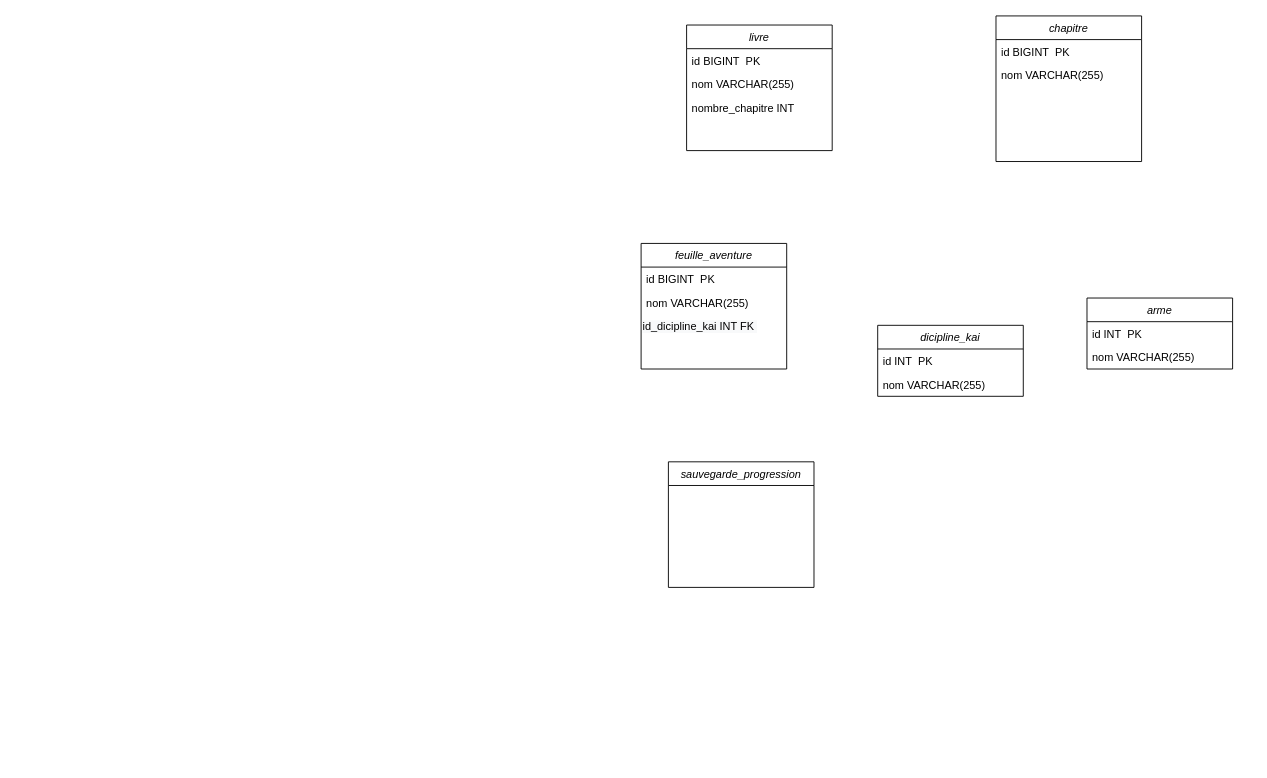
2137889-Benyssad-Elyas/BD_Exercice11 keeps this draw.io diagram as Diagramme_Livre.drawio. Above is the earlier version. Source tidied: cells renumbered, new cells numbered last; positions are measured from the earlier drawing's top-left corner, leaving out a move shared by most shapes. Both pictures are drawn from the tidied source at 91%, with x=0, y=0 at pixel (641, 15).
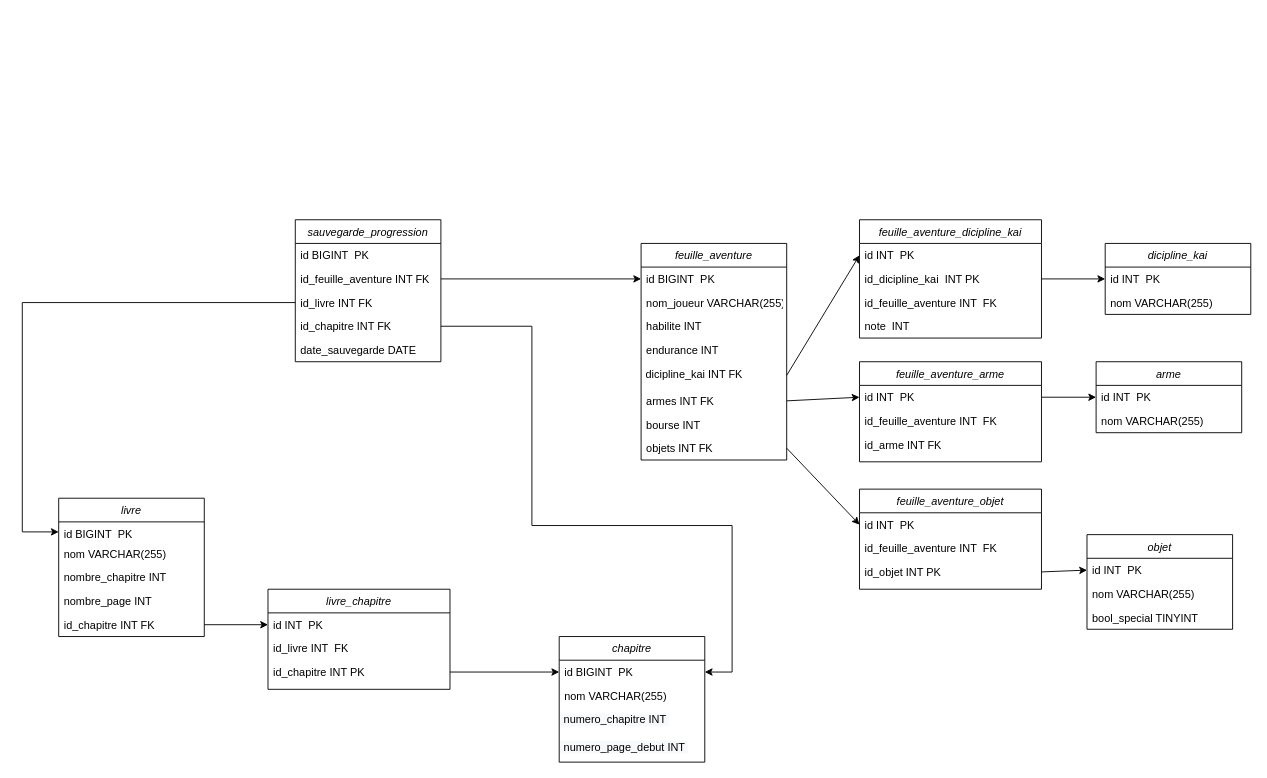
The same diagram, later.

Commit message (it also covers changes not shown here):
fin du diagramme + initialisation du projet ui

The change refers to these unchanged cells:
```xml
<mxCell id="7" value="id BIGINT  PK " style="text;align=left;verticalAlign=top;spacingLeft=4;spacingRight=4;overflow=hidden;points=[[0,0.5],[1,0.5]];portConstraint=eastwest;" parent="6" vertex="1">
  <mxGeometry y="26" width="160" height="26" as="geometry" />
</mxCell>
<mxCell id="11" value="id INT  PK " style="text;align=left;verticalAlign=top;spacingLeft=4;spacingRight=4;overflow=hidden;points=[[0,0.5],[1,0.5]];portConstraint=eastwest;" parent="10" vertex="1">
  <mxGeometry y="26" width="160" height="26" as="geometry" />
</mxCell>
<mxCell id="14" value="id BIGINT  PK " style="text;align=left;verticalAlign=top;spacingLeft=4;spacingRight=4;overflow=hidden;points=[[0,0.5],[1,0.5]];portConstraint=eastwest;" parent="13" vertex="1">
  <mxGeometry y="26" width="160" height="26" as="geometry" />
</mxCell>
<mxCell id="17" value="id INT  PK " style="text;align=left;verticalAlign=top;spacingLeft=4;spacingRight=4;overflow=hidden;points=[[0,0.5],[1,0.5]];portConstraint=eastwest;" parent="16" vertex="1">
  <mxGeometry y="26" width="160" height="26" as="geometry" />
</mxCell>
```

Change to the diagram source:
```diff
@@
     <mxCell id="2" value="livre" style="swimlane;fontStyle=2;align=center;verticalAlign=top;horizontal=1;startSize=26;rounded=0;shadow=0;strokeWidth=1;" parent="1" vertex="1">
-      <mxGeometry x="50" y="10" width="160" height="138" as="geometry" />
+      <mxGeometry x="-640" y="530" width="160" height="152" as="geometry" />
     </mxCell>
     <mxCell id="3" value="id BIGINT  PK " style="text;align=left;verticalAlign=top;spacingLeft=4;spacingRight=4;overflow=hidden;points=[[0,0.5],[1,0.5]];portConstraint=eastwest;" parent="2" vertex="1">
-      <mxGeometry y="26" width="160" height="26" as="geometry" />
+      <mxGeometry y="26" width="160" height="22" as="geometry" />
     </mxCell>
     <mxCell id="4" value="nom VARCHAR(255)" style="text;align=left;verticalAlign=top;spacingLeft=4;spacingRight=4;overflow=hidden;" parent="2" vertex="1">
-      <mxGeometry y="52" width="160" height="26" as="geometry" />
+      <mxGeometry y="48" width="160" height="26" as="geometry" />
     </mxCell>
     <mxCell id="5" value="nombre_chapitre INT" style="text;align=left;verticalAlign=top;spacingLeft=4;spacingRight=4;overflow=hidden;" parent="2" vertex="1">
-      <mxGeometry y="78" width="160" height="26" as="geometry" />
+      <mxGeometry y="74" width="160" height="26" as="geometry" />
     </mxCell>
+    <mxCell id="20" value="nombre_page INT" style="text;align=left;verticalAlign=top;spacingLeft=4;spacingRight=4;overflow=hidden;" parent="2" vertex="1">
+      <mxGeometry y="100" width="160" height="26" as="geometry" />
+    </mxCell>
+    <mxCell id="21" value="id_chapitre INT FK" style="text;align=left;verticalAlign=top;spacingLeft=4;spacingRight=4;overflow=hidden;points=[[0,0.5],[1,0.5]];portConstraint=eastwest;" parent="2" vertex="1">
+      <mxGeometry y="126" width="160" height="26" as="geometry" />
+    </mxCell>
     <mxCell id="6" value="feuille_aventure" style="swimlane;fontStyle=2;align=center;verticalAlign=top;horizontal=1;startSize=26;rounded=0;shadow=0;strokeWidth=1;" parent="1" vertex="1">
-      <mxGeometry y="250" width="160" height="138" as="geometry" />
+      <mxGeometry y="250" width="160" height="238" as="geometry" />
     </mxCell>
@@
-    <mxCell id="8" value="nom VARCHAR(255)" style="text;align=left;verticalAlign=top;spacingLeft=4;spacingRight=4;overflow=hidden;" parent="6" vertex="1">
+    <mxCell id="8" value="nom_joueur VARCHAR(255)" style="text;align=left;verticalAlign=top;spacingLeft=4;spacingRight=4;overflow=hidden;" parent="6" vertex="1">
       <mxGeometry y="52" width="160" height="26" as="geometry" />
     </mxCell>
+    <mxCell id="22" value="habilite INT" style="text;align=left;verticalAlign=top;spacingLeft=4;spacingRight=4;overflow=hidden;" parent="6" vertex="1">
+      <mxGeometry y="78" width="160" height="26" as="geometry" />
+    </mxCell>
+    <mxCell id="23" value="endurance INT" style="text;align=left;verticalAlign=top;spacingLeft=4;spacingRight=4;overflow=hidden;" parent="6" vertex="1">
+      <mxGeometry y="104" width="160" height="26" as="geometry" />
+    </mxCell>
-    <mxCell id="9" value="&lt;span style=&quot;color: rgb(0 , 0 , 0) ; font-family: &amp;#34;helvetica&amp;#34; ; font-size: 12px ; font-style: normal ; font-weight: 400 ; letter-spacing: normal ; text-align: left ; text-indent: 0px ; text-transform: none ; word-spacing: 0px ; background-color: rgb(248 , 249 , 250) ; display: inline ; float: none&quot;&gt;id_dicipline_kai INT FK&amp;nbsp;&lt;/span&gt;" style="text;whiteSpace=wrap;html=1;" parent="6" vertex="1">
-      <mxGeometry y="78" width="160" height="30" as="geometry" />
+    <mxCell id="9" value="&lt;span style=&quot;font-family: &amp;#34;helvetica&amp;#34;&quot;&gt;&amp;nbsp;dicipline_kai INT FK&amp;nbsp;&lt;/span&gt;" style="text;whiteSpace=wrap;html=1;align=left;" parent="6" vertex="1">
+      <mxGeometry y="130" width="160" height="30" as="geometry" />
     </mxCell>
+    <mxCell id="24" value="armes INT FK" style="text;align=left;verticalAlign=top;spacingLeft=4;spacingRight=4;overflow=hidden;points=[[0,0.5],[1,0.5]];portConstraint=eastwest;" parent="6" vertex="1">
+      <mxGeometry y="160" width="160" height="26" as="geometry" />
+    </mxCell>
+    <mxCell id="25" value="bourse INT" style="text;align=left;verticalAlign=top;spacingLeft=4;spacingRight=4;overflow=hidden;" parent="6" vertex="1">
+      <mxGeometry y="186" width="160" height="26" as="geometry" />
+    </mxCell>
+    <mxCell id="26" value="objets INT FK" style="text;align=left;verticalAlign=top;spacingLeft=4;spacingRight=4;overflow=hidden;points=[[0,0.5],[1,0.5]];portConstraint=eastwest;" parent="6" vertex="1">
+      <mxGeometry y="212" width="160" height="26" as="geometry" />
+    </mxCell>
     <mxCell id="10" value="dicipline_kai" style="swimlane;fontStyle=2;align=center;verticalAlign=top;horizontal=1;startSize=26;rounded=0;shadow=0;strokeWidth=1;" parent="1" vertex="1">
-      <mxGeometry x="260" y="340" width="160" height="78" as="geometry" />
+      <mxGeometry x="510" y="250" width="160" height="78" as="geometry" />
     </mxCell>
@@
     <mxCell id="13" value="chapitre" style="swimlane;fontStyle=2;align=center;verticalAlign=top;horizontal=1;startSize=26;rounded=0;shadow=0;strokeWidth=1;" parent="1" vertex="1">
-      <mxGeometry x="390" width="160" height="160" as="geometry" />
+      <mxGeometry x="-90" y="682" width="160" height="138" as="geometry" />
     </mxCell>
@@
+    <mxCell id="27" value="&lt;span style=&quot;color: rgb(0 , 0 , 0) ; font-family: &amp;#34;helvetica&amp;#34; ; font-size: 12px ; font-style: normal ; font-weight: 400 ; letter-spacing: normal ; text-align: left ; text-indent: 0px ; text-transform: none ; word-spacing: 0px ; background-color: rgb(248 , 249 , 250) ; display: inline ; float: none&quot;&gt;&amp;nbsp;numero_chapitre INT&amp;nbsp;&lt;/span&gt;" style="text;whiteSpace=wrap;html=1;" parent="13" vertex="1">
+      <mxGeometry y="78" width="160" height="30" as="geometry" />
+    </mxCell>
+    <mxCell id="28" value="&lt;span style=&quot;color: rgb(0 , 0 , 0) ; font-family: &amp;#34;helvetica&amp;#34; ; font-size: 12px ; font-style: normal ; font-weight: 400 ; letter-spacing: normal ; text-align: left ; text-indent: 0px ; text-transform: none ; word-spacing: 0px ; background-color: rgb(248 , 249 , 250) ; display: inline ; float: none&quot;&gt;&amp;nbsp;numero_page_debut INT&amp;nbsp;&lt;/span&gt;" style="text;whiteSpace=wrap;html=1;" parent="13" vertex="1">
+      <mxGeometry y="108" width="160" height="30" as="geometry" />
+    </mxCell>
     <mxCell id="16" value="arme" style="swimlane;fontStyle=2;align=center;verticalAlign=top;horizontal=1;startSize=26;rounded=0;shadow=0;strokeWidth=1;" parent="1" vertex="1">
-      <mxGeometry x="490" y="310" width="160" height="78" as="geometry" />
+      <mxGeometry x="500" y="380" width="160" height="78" as="geometry" />
     </mxCell>
@@
     <mxCell id="19" value="sauvegarde_progression" style="swimlane;fontStyle=2;align=center;verticalAlign=top;horizontal=1;startSize=26;rounded=0;shadow=0;strokeWidth=1;" parent="1" vertex="1">
-      <mxGeometry x="30" y="490" width="160" height="138" as="geometry" />
+      <mxGeometry x="-380" y="224" width="160" height="156" as="geometry" />
     </mxCell>
+    <mxCell id="29" value="id BIGINT  PK " style="text;align=left;verticalAlign=top;spacingLeft=4;spacingRight=4;overflow=hidden;" parent="19" vertex="1">
+      <mxGeometry y="26" width="160" height="26" as="geometry" />
+    </mxCell>
+    <mxCell id="30" value="id_feuille_aventure INT FK " style="text;align=left;verticalAlign=top;spacingLeft=4;spacingRight=4;overflow=hidden;points=[[0,0.5],[1,0.5]];portConstraint=eastwest;" parent="19" vertex="1">
+      <mxGeometry y="52" width="160" height="26" as="geometry" />
+    </mxCell>
+    <mxCell id="31" value="id_livre INT FK " style="text;align=left;verticalAlign=top;spacingLeft=4;spacingRight=4;overflow=hidden;points=[[0,0.5],[1,0.5]];portConstraint=eastwest;" parent="19" vertex="1">
+      <mxGeometry y="78" width="160" height="26" as="geometry" />
+    </mxCell>
+    <mxCell id="32" value="id_chapitre INT FK " style="text;align=left;verticalAlign=top;spacingLeft=4;spacingRight=4;overflow=hidden;points=[[0,0.5],[1,0.5]];portConstraint=eastwest;" parent="19" vertex="1">
+      <mxGeometry y="104" width="160" height="26" as="geometry" />
+    </mxCell>
+    <mxCell id="33" value="date_sauvegarde DATE " style="text;align=left;verticalAlign=top;spacingLeft=4;spacingRight=4;overflow=hidden;" parent="19" vertex="1">
+      <mxGeometry y="130" width="160" height="26" as="geometry" />
+    </mxCell>
+    <mxCell id="34" value="feuille_aventure_dicipline_kai" style="swimlane;fontStyle=2;align=center;verticalAlign=top;horizontal=1;startSize=26;rounded=0;shadow=0;strokeWidth=1;" parent="1" vertex="1">
+      <mxGeometry x="240" y="224" width="200" height="130" as="geometry" />
+    </mxCell>
+    <mxCell id="35" value="id INT  PK " style="text;align=left;verticalAlign=top;spacingLeft=4;spacingRight=4;overflow=hidden;points=[[0,0.5],[1,0.5]];portConstraint=eastwest;" parent="34" vertex="1">
+      <mxGeometry y="26" width="200" height="26" as="geometry" />
+    </mxCell>
+    <mxCell id="36" value="id_dicipline_kai  INT PK " style="text;align=left;verticalAlign=top;spacingLeft=4;spacingRight=4;overflow=hidden;points=[[0,0.5],[1,0.5]];portConstraint=eastwest;" parent="34" vertex="1">
+      <mxGeometry y="52" width="200" height="26" as="geometry" />
+    </mxCell>
+    <mxCell id="37" value="id_feuille_aventure INT  FK " style="text;align=left;verticalAlign=top;spacingLeft=4;spacingRight=4;overflow=hidden;" parent="34" vertex="1">
+      <mxGeometry y="78" width="200" height="26" as="geometry" />
+    </mxCell>
+    <mxCell id="38" value="note  INT " style="text;align=left;verticalAlign=top;spacingLeft=4;spacingRight=4;overflow=hidden;" parent="34" vertex="1">
+      <mxGeometry y="104" width="200" height="26" as="geometry" />
+    </mxCell>
+    <mxCell id="39" value="feuille_aventure_arme" style="swimlane;fontStyle=2;align=center;verticalAlign=top;horizontal=1;startSize=26;rounded=0;shadow=0;strokeWidth=1;" parent="1" vertex="1">
+      <mxGeometry x="240" y="380" width="200" height="110" as="geometry" />
+    </mxCell>
+    <mxCell id="40" value="id INT  PK " style="text;align=left;verticalAlign=top;spacingLeft=4;spacingRight=4;overflow=hidden;points=[[0,0.5],[1,0.5]];portConstraint=eastwest;" parent="39" vertex="1">
+      <mxGeometry y="26" width="200" height="26" as="geometry" />
+    </mxCell>
+    <mxCell id="41" value="id_feuille_aventure INT  FK " style="text;align=left;verticalAlign=top;spacingLeft=4;spacingRight=4;overflow=hidden;" parent="39" vertex="1">
+      <mxGeometry y="52" width="200" height="26" as="geometry" />
+    </mxCell>
+    <mxCell id="42" value="id_arme INT FK " style="text;align=left;verticalAlign=top;spacingLeft=4;spacingRight=4;overflow=hidden;" parent="39" vertex="1">
+      <mxGeometry y="78" width="200" height="26" as="geometry" />
+    </mxCell>
+    <mxCell id="43" value="feuille_aventure_objet" style="swimlane;fontStyle=2;align=center;verticalAlign=top;horizontal=1;startSize=26;rounded=0;shadow=0;strokeWidth=1;" parent="1" vertex="1">
+      <mxGeometry x="240" y="520" width="200" height="110" as="geometry" />
+    </mxCell>
+    <mxCell id="44" value="id INT  PK " style="text;align=left;verticalAlign=top;spacingLeft=4;spacingRight=4;overflow=hidden;points=[[0,0.5],[1,0.5]];portConstraint=eastwest;" parent="43" vertex="1">
+      <mxGeometry y="26" width="200" height="26" as="geometry" />
+    </mxCell>
+    <mxCell id="45" value="id_feuille_aventure INT  FK " style="text;align=left;verticalAlign=top;spacingLeft=4;spacingRight=4;overflow=hidden;" parent="43" vertex="1">
+      <mxGeometry y="52" width="200" height="26" as="geometry" />
+    </mxCell>
+    <mxCell id="46" value="id_objet INT PK " style="text;align=left;verticalAlign=top;spacingLeft=4;spacingRight=4;overflow=hidden;points=[[0,0.5],[1,0.5]];portConstraint=eastwest;" parent="43" vertex="1">
+      <mxGeometry y="78" width="200" height="26" as="geometry" />
+    </mxCell>
+    <mxCell id="47" value="objet" style="swimlane;fontStyle=2;align=center;verticalAlign=top;horizontal=1;startSize=26;rounded=0;shadow=0;strokeWidth=1;" parent="1" vertex="1">
+      <mxGeometry x="490" y="570" width="160" height="104" as="geometry" />
+    </mxCell>
+    <mxCell id="48" value="id INT  PK " style="text;align=left;verticalAlign=top;spacingLeft=4;spacingRight=4;overflow=hidden;points=[[0,0.5],[1,0.5]];portConstraint=eastwest;" parent="47" vertex="1">
+      <mxGeometry y="26" width="160" height="26" as="geometry" />
+    </mxCell>
+    <mxCell id="49" value="nom VARCHAR(255)" style="text;align=left;verticalAlign=top;spacingLeft=4;spacingRight=4;overflow=hidden;" parent="47" vertex="1">
+      <mxGeometry y="52" width="160" height="26" as="geometry" />
+    </mxCell>
+    <mxCell id="50" value="bool_special TINYINT" style="text;align=left;verticalAlign=top;spacingLeft=4;spacingRight=4;overflow=hidden;" parent="47" vertex="1">
+      <mxGeometry y="78" width="160" height="26" as="geometry" />
+    </mxCell>
+    <mxCell id="51" style="endArrow=classic;html=1;rounded=0;entryX=0;entryY=0.5;entryDx=0;entryDy=0;exitX=1;exitY=0.5;exitDx=0;exitDy=0;" parent="1" edge="1" source="24" target="40">
+      <mxGeometry relative="1" as="geometry" />
+    </mxCell>
+    <mxCell id="52" style="endArrow=classic;html=1;rounded=0;exitX=1;exitY=0.5;exitDx=0;exitDy=0;entryX=0;entryY=0.5;entryDx=0;entryDy=0;" parent="1" edge="1" source="40" target="17">
+      <mxGeometry relative="1" as="geometry" />
+    </mxCell>
+    <mxCell id="53" style="endArrow=classic;html=1;rounded=0;exitX=1;exitY=0.5;exitDx=0;exitDy=0;entryX=0;entryY=0.5;entryDx=0;entryDy=0;" parent="1" edge="1" source="9" target="35">
+      <mxGeometry relative="1" as="geometry" />
+    </mxCell>
+    <mxCell id="54" style="endArrow=classic;html=1;rounded=0;exitX=1;exitY=0.5;exitDx=0;exitDy=0;entryX=0;entryY=0.5;entryDx=0;entryDy=0;" parent="1" edge="1" source="36" target="11">
+      <mxGeometry relative="1" as="geometry" />
+    </mxCell>
+    <mxCell id="55" style="endArrow=classic;html=1;rounded=0;exitX=1;exitY=0.5;exitDx=0;exitDy=0;entryX=0;entryY=0.5;entryDx=0;entryDy=0;" parent="1" edge="1" source="26" target="44">
+      <mxGeometry relative="1" as="geometry" />
+    </mxCell>
+    <mxCell id="56" style="endArrow=classic;html=1;rounded=0;exitX=1;exitY=0.5;exitDx=0;exitDy=0;entryX=0;entryY=0.5;entryDx=0;entryDy=0;" parent="1" edge="1" source="46" target="48">
+      <mxGeometry relative="1" as="geometry" />
+    </mxCell>
+    <mxCell id="57" value="livre_chapitre" style="swimlane;fontStyle=2;align=center;verticalAlign=top;horizontal=1;startSize=26;rounded=0;shadow=0;strokeWidth=1;" parent="1" vertex="1">
+      <mxGeometry x="-410" y="630" width="200" height="110" as="geometry" />
+    </mxCell>
+    <mxCell id="58" value="id INT  PK " style="text;align=left;verticalAlign=top;spacingLeft=4;spacingRight=4;overflow=hidden;points=[[0,0.5],[1,0.5]];portConstraint=eastwest;" parent="57" vertex="1">
+      <mxGeometry y="26" width="200" height="26" as="geometry" />
+    </mxCell>
+    <mxCell id="59" value="id_livre INT  FK " style="text;align=left;verticalAlign=top;spacingLeft=4;spacingRight=4;overflow=hidden;" parent="57" vertex="1">
+      <mxGeometry y="52" width="200" height="26" as="geometry" />
+    </mxCell>
+    <mxCell id="60" value="id_chapitre INT PK " style="text;align=left;verticalAlign=top;spacingLeft=4;spacingRight=4;overflow=hidden;points=[[0,0.5],[1,0.5]];portConstraint=eastwest;" parent="57" vertex="1">
+      <mxGeometry y="78" width="200" height="26" as="geometry" />
+    </mxCell>
+    <mxCell id="61" style="endArrow=classic;html=1;rounded=0;exitX=1;exitY=0.5;exitDx=0;exitDy=0;entryX=0;entryY=0.5;entryDx=0;entryDy=0;" parent="1" edge="1" source="21" target="58">
+      <mxGeometry relative="1" as="geometry" />
+    </mxCell>
+    <mxCell id="62" style="endArrow=classic;html=1;rounded=0;exitX=1;exitY=0.5;exitDx=0;exitDy=0;entryX=0;entryY=0.5;entryDx=0;entryDy=0;" parent="1" edge="1" source="60" target="14">
+      <mxGeometry relative="1" as="geometry" />
+    </mxCell>
+    <mxCell id="63" style="endArrow=classic;html=1;rounded=0;exitX=1;exitY=0.5;exitDx=0;exitDy=0;entryX=0;entryY=0.5;entryDx=0;entryDy=0;" parent="1" edge="1" source="30" target="7">
+      <mxGeometry relative="1" as="geometry" />
+    </mxCell>
+    <mxCell id="64" style="endArrow=classic;html=1;rounded=0;exitX=0;exitY=0.5;exitDx=0;exitDy=0;entryX=0;entryY=0.5;entryDx=0;entryDy=0;" parent="1" edge="1" source="31" target="3">
+      <mxGeometry relative="1" as="geometry">
+        <Array as="points">
+          <mxPoint x="-680" y="315" />
+          <mxPoint x="-680" y="567" />
+        </Array>
+      </mxGeometry>
+    </mxCell>
+    <mxCell id="65" style="endArrow=classic;html=1;rounded=0;exitX=1;exitY=0.5;exitDx=0;exitDy=0;entryX=1;entryY=0.5;entryDx=0;entryDy=0;" parent="1" edge="1" source="32" target="14">
+      <mxGeometry relative="1" as="geometry">
+        <Array as="points">
+          <mxPoint x="-120" y="341" />
+          <mxPoint x="-120" y="560" />
+          <mxPoint x="100" y="560" />
+          <mxPoint x="100" y="721" />
+        </Array>
+      </mxGeometry>
+    </mxCell>
```
